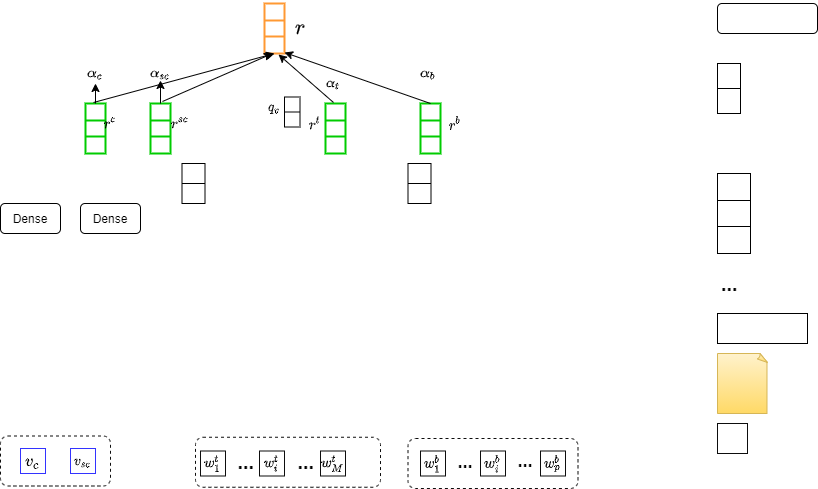
Before: MAML.png, a diagram exported from draw.io (Karry-Eva/PapersNotes). Source tidied: cells renumbered, new cells last; positions are measured from the earlier drawing's top-left corner, leaving out a move shared by most shapes.
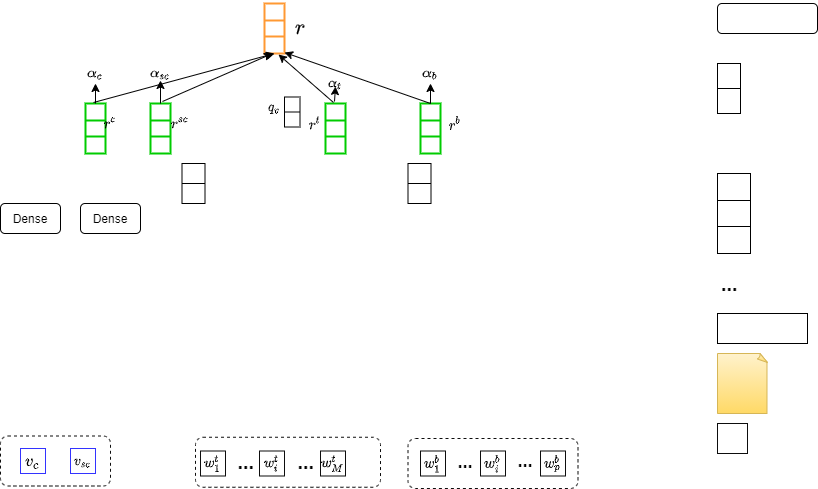
Above is the later version.

Diff of the diagram source:
```diff
@@ -293,10 +293,10 @@
       <mxGeometry x="140" y="60" width="40" height="20" as="geometry" />
     </mxCell>
     <mxCell id="98" value="$$\alpha_t$$" style="text;html=1;strokeColor=none;fillColor=none;align=center;verticalAlign=middle;whiteSpace=wrap;rounded=0;" parent="1" vertex="1">
-      <mxGeometry x="312.5" y="70" width="40" height="20" as="geometry" />
+      <mxGeometry x="315" y="70" width="40" height="20" as="geometry" />
     </mxCell>
     <mxCell id="99" value="$$\alpha_b$$" style="text;html=1;strokeColor=none;fillColor=none;align=center;verticalAlign=middle;whiteSpace=wrap;rounded=0;" parent="1" vertex="1">
-      <mxGeometry x="407.5" y="60" width="40" height="20" as="geometry" />
+      <mxGeometry x="410" y="60" width="40" height="20" as="geometry" />
     </mxCell>
     <mxCell id="100" style="endArrow=classic;html=1;" parent="1" edge="1" target="96">
       <mxGeometry relative="1" as="geometry">
@@ -309,5 +309,15 @@
         <mxPoint x="160" y="77" as="targetPoint" />
       </mxGeometry>
     </mxCell>
+    <mxCell id="102" style="endArrow=classic;html=1;exitX=0.45;exitY=-0.118;exitDx=0;exitDy=0;exitPerimeter=0;endFill=1;" parent="1" edge="1" source="56">
+      <mxGeometry relative="1" as="geometry">
+        <mxPoint x="335" y="83" as="targetPoint" />
+      </mxGeometry>
+    </mxCell>
+    <mxCell id="103" style="endArrow=classic;html=1;entryX=0.5;entryY=1;entryDx=0;entryDy=0;" parent="1" edge="1" target="99">
+      <mxGeometry relative="1" as="geometry">
+        <mxPoint x="430" y="100" as="sourcePoint" />
+      </mxGeometry>
+    </mxCell>
   </root>
 </mxGraphModel>
```
